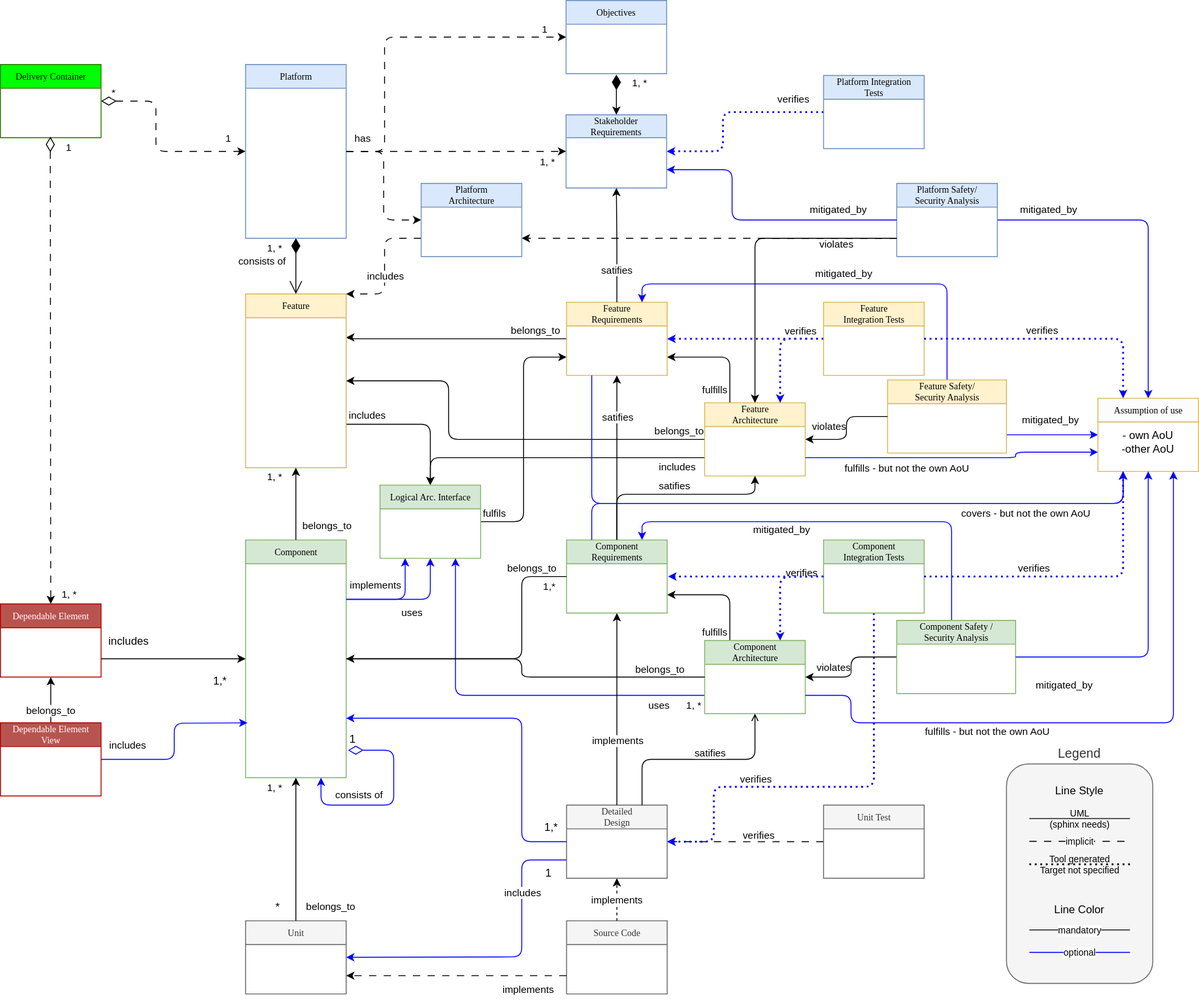
Above: main/_images/score_building_blocks_meta_model.drawio.svg in esrlabs/score_reference_integration (draw.io), before the change. Source tidied: cells renumbered, new cells last; positions are measured from the earlier drawing's top-left corner, leaving out a move shared by most shapes.
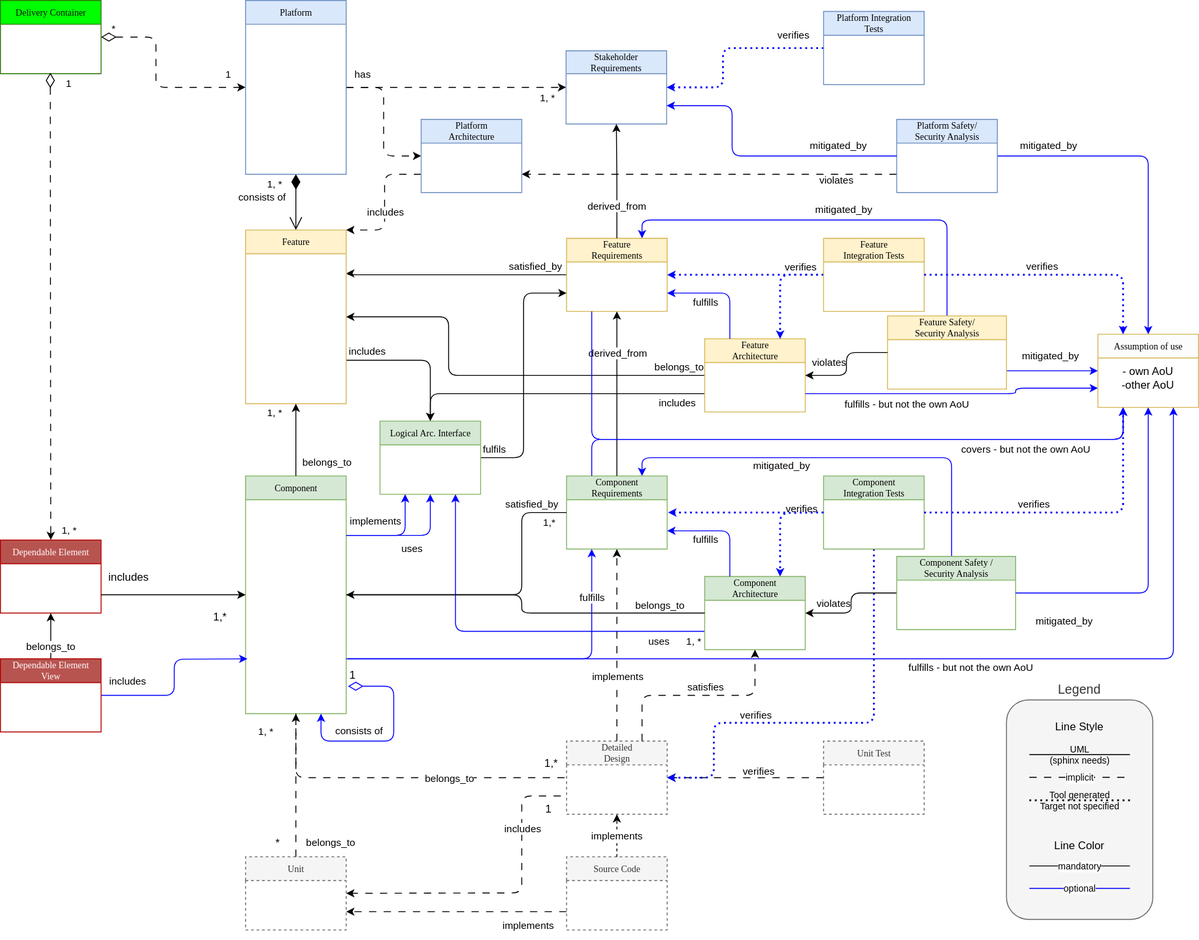
After the commit.

What changed in the source:
```diff
@@ -20,3 +20,3 @@
     </mxCell>
-    <mxCell id="5" value="belongs_to" style="edgeLabel;html=1;align=center;verticalAlign=middle;" parent="3" vertex="1">
+    <mxCell id="5" value="satisfied_by" style="edgeLabel;html=1;align=center;verticalAlign=middle;" parent="3" vertex="1">
       <mxGeometry x="0.82" y="3" relative="1" as="geometry">
@@ -45,10 +45,2 @@
     </mxCell>
-    <mxCell id="12" style="edgeStyle=orthogonalEdgeStyle;rounded=1;jettySize=auto;html=1;exitX=0.25;exitY=0;exitDx=0;exitDy=0;entryX=1;entryY=0.75;entryDx=0;entryDy=0;endArrow=classic;endFill=1;curved=0;" parent="1" edge="1" source="17" target="11">
-      <mxGeometry x="0.64" y="10" relative="1" as="geometry" />
-    </mxCell>
-    <mxCell id="13" value="fulfills" style="edgeLabel;html=1;align=center;verticalAlign=middle;" parent="12" vertex="1">
-      <mxGeometry x="0.11" y="1" relative="1" as="geometry">
-        <mxPoint x="-1" y="34" as="offset" />
-      </mxGeometry>
-    </mxCell>
     <mxCell id="14" value="includes" style="edgeStyle=orthogonalEdgeStyle;html=1;exitX=0;exitY=0.75;exitDx=0;exitDy=0;entryX=0.5;entryY=0;entryDx=0;entryDy=0;" parent="1" edge="1" source="17" target="109">
@@ -72,15 +64,2 @@
     </mxCell>
-    <mxCell id="18" style="edgeStyle=orthogonalEdgeStyle;rounded=1;jettySize=auto;html=1;entryX=0.5;entryY=1;entryDx=0;entryDy=0;endArrow=classic;endFill=1;exitX=0.5;exitY=0;exitDx=0;exitDy=0;curved=0;" parent="1" edge="1" source="20" target="17">
-      <mxGeometry relative="1" as="geometry">
-        <Array as="points">
-          <mxPoint x="674" y="540" />
-          <mxPoint x="825" y="540" />
-        </Array>
-      </mxGeometry>
-    </mxCell>
-    <mxCell id="19" value="satifies" style="edgeLabel;html=1;align=center;verticalAlign=middle;" parent="18" vertex="1">
-      <mxGeometry x="0.06" y="6" relative="1" as="geometry">
-        <mxPoint x="-5" y="-4" as="offset" />
-      </mxGeometry>
-    </mxCell>
     <mxCell id="20" value="Component&lt;br&gt;Requirements" style="swimlane;html=1;fontStyle=0;horizontal=1;startSize=26;fillColor=#d5e8d4;swimlaneFillColor=#ffffff;rounded=0;shadow=0;comic=0;labelBackgroundColor=none;strokeWidth=1;fontFamily=Verdana;fontSize=10;align=center;strokeColor=#82b366;" parent="1" vertex="1">
@@ -101,3 +80,3 @@
     </mxCell>
-    <mxCell id="23" value="belongs_to" style="edgeLabel;html=1;align=center;verticalAlign=middle;" parent="21" vertex="1">
+    <mxCell id="23" value="satisfied_by" style="edgeLabel;html=1;align=center;verticalAlign=middle;" parent="21" vertex="1">
       <mxGeometry x="0.82" y="-1" relative="1" as="geometry">
@@ -106,3 +85,3 @@
     </mxCell>
-    <mxCell id="24" style="edgeStyle=orthogonalEdgeStyle;rounded=1;jettySize=auto;html=1;entryX=0;entryY=0.75;entryDx=0;entryDy=0;curved=0;exitX=1;exitY=0.5;exitDx=0;exitDy=0;endArrow=none;endFill=0;startArrow=classic;startFill=1;strokeColor=#0000FF;" parent="1" edge="1" source="26" target="54">
+    <mxCell id="24" style="edgeStyle=orthogonalEdgeStyle;rounded=1;jettySize=auto;html=1;entryX=0;entryY=0.75;entryDx=0;entryDy=0;curved=0;exitX=1;exitY=0.5;exitDx=0;exitDy=0;endArrow=none;endFill=0;startArrow=classic;startFill=1;strokeColor=default;dashed=1;dashPattern=8 8;align=center;verticalAlign=middle;fontFamily=Helvetica;fontSize=11;fontColor=default;labelBackgroundColor=default;" parent="1" edge="1" source="26" target="54">
       <mxGeometry relative="1" as="geometry">
@@ -115,12 +94,12 @@
     </mxCell>
-    <mxCell id="25" value="includes" style="edgeLabel;html=1;align=center;verticalAlign=middle;" parent="24" vertex="1">
+    <mxCell id="25" value="includes" style="edgeLabel;html=1;align=center;verticalAlign=middle;rounded=0;dashed=1;dashPattern=8 8;strokeColor=default;fontFamily=Helvetica;fontSize=11;fontColor=default;labelBackgroundColor=default;" parent="24" vertex="1">
       <mxGeometry x="0.52" relative="1" as="geometry" />
     </mxCell>
-    <mxCell id="26" value="Unit" style="swimlane;html=1;fontStyle=0;horizontal=1;startSize=26;fillColor=#f5f5f5;swimlaneFillColor=#ffffff;rounded=0;shadow=0;comic=0;labelBackgroundColor=none;strokeWidth=1;fontFamily=Verdana;fontSize=10;align=center;fontColor=#333333;strokeColor=#666666;" parent="1" vertex="1">
+    <mxCell id="26" value="Unit" style="swimlane;html=1;fontStyle=0;horizontal=1;startSize=26;fillColor=#f5f5f5;swimlaneFillColor=#ffffff;rounded=0;shadow=0;comic=0;labelBackgroundColor=none;strokeWidth=1;fontFamily=Verdana;fontSize=10;align=center;fontColor=#333333;strokeColor=#666666;dashed=1;verticalAlign=middle;" parent="1" vertex="1">
       <mxGeometry x="268" y="1006.5" width="110" height="80" as="geometry" />
     </mxCell>
-    <mxCell id="27" value="1, *" style="endArrow=classic;html=1;endSize=6;startArrow=none;startSize=14;startFill=0;edgeStyle=orthogonalEdgeStyle;align=left;verticalAlign=bottom;rounded=0;entryX=0.5;entryY=1;entryDx=0;entryDy=0;exitX=0.5;exitY=0;exitDx=0;exitDy=0;endFill=1;" parent="1" edge="1" source="26" target="9">
+    <mxCell id="27" value="1, *" style="endArrow=classic;html=1;endSize=6;startArrow=none;startSize=14;startFill=0;edgeStyle=orthogonalEdgeStyle;align=center;verticalAlign=middle;rounded=0;entryX=0.5;entryY=1;entryDx=0;entryDy=0;exitX=0.5;exitY=0;exitDx=0;exitDy=0;endFill=1;dashed=1;dashPattern=8 8;strokeColor=default;fontFamily=Helvetica;fontSize=11;fontColor=default;labelBackgroundColor=default;" parent="1" edge="1" source="26" target="9">
       <mxGeometry x="0.74" y="33" relative="1" as="geometry" />
     </mxCell>
-    <mxCell id="28" value="belongs_to" style="edgeLabel;html=1;align=center;verticalAlign=middle;" parent="27" vertex="1">
+    <mxCell id="28" value="belongs_to" style="edgeLabel;html=1;align=center;verticalAlign=middle;rounded=0;dashed=1;dashPattern=8 8;strokeColor=default;fontFamily=Helvetica;fontSize=11;fontColor=default;labelBackgroundColor=default;" parent="27" vertex="1">
       <mxGeometry x="-0.54" y="2" relative="1" as="geometry">
@@ -129,3 +108,3 @@
     </mxCell>
-    <mxCell id="29" value="Source Code" style="swimlane;html=1;fontStyle=0;horizontal=1;startSize=26;fillColor=#f5f5f5;swimlaneFillColor=#ffffff;rounded=0;shadow=0;comic=0;labelBackgroundColor=none;strokeWidth=1;fontFamily=Verdana;fontSize=10;align=center;fontColor=#333333;strokeColor=#666666;" parent="1" vertex="1">
+    <mxCell id="29" value="Source Code" style="swimlane;html=1;fontStyle=0;horizontal=1;startSize=26;fillColor=#f5f5f5;swimlaneFillColor=#ffffff;rounded=0;shadow=0;comic=0;labelBackgroundColor=none;strokeWidth=1;fontFamily=Verdana;fontSize=10;align=center;fontColor=#333333;strokeColor=#666666;dashed=1;verticalAlign=middle;" parent="1" vertex="1">
       <mxGeometry x="619" y="1006.5" width="110" height="80" as="geometry" />
@@ -178,37 +157,2 @@
     </mxCell>
-    <mxCell id="42" value="Objectives" style="swimlane;html=1;fontStyle=0;horizontal=1;startSize=26;fillColor=#dae8fc;swimlaneFillColor=#ffffff;rounded=0;shadow=0;comic=0;labelBackgroundColor=none;strokeWidth=1;fontFamily=Verdana;fontSize=10;align=center;strokeColor=#6c8ebf;" parent="1" vertex="1">
-      <mxGeometry x="618.5" width="110" height="80" as="geometry" />
-    </mxCell>
-    <mxCell id="43" style="edgeStyle=orthogonalEdgeStyle;rounded=1;jettySize=auto;html=1;entryX=0;entryY=0.5;entryDx=0;entryDy=0;exitX=1;exitY=0.5;exitDx=0;exitDy=0;curved=0;dashed=1;dashPattern=8 8;" parent="1" edge="1" source="37" target="42">
-      <mxGeometry relative="1" as="geometry">
-        <Array as="points">
-          <mxPoint x="420" y="165" />
-          <mxPoint x="420" y="40" />
-        </Array>
-      </mxGeometry>
-    </mxCell>
-    <mxCell id="44" value="1" style="edgeLabel;html=1;align=center;verticalAlign=bottom;" parent="43" vertex="1">
-      <mxGeometry x="0.87" relative="1" as="geometry" />
-    </mxCell>
-    <mxCell id="45" value="1, *" style="endArrow=classic;html=1;endSize=6;startArrow=diamondThin;startSize=14;startFill=1;edgeStyle=orthogonalEdgeStyle;align=left;verticalAlign=bottom;rounded=0;entryX=0.5;entryY=0;entryDx=0;entryDy=0;endFill=1;" parent="1" edge="1" target="31">
-      <mxGeometry x="-0.2" y="16" relative="1" as="geometry">
-        <mxPoint x="673.5" y="81" as="sourcePoint" />
-        <Array as="points">
-          <mxPoint x="674" y="106" />
-          <mxPoint x="673" y="125" />
-        </Array>
-      </mxGeometry>
-    </mxCell>
-    <mxCell id="46" style="edgeStyle=orthogonalEdgeStyle;rounded=1;jettySize=auto;html=1;entryX=1;entryY=0.75;entryDx=0;entryDy=0;endArrow=classic;endFill=1;exitX=0.25;exitY=0;exitDx=0;exitDy=0;curved=0;strokeColor=#000000;" parent="1" edge="1" source="49" target="20">
-      <mxGeometry relative="1" as="geometry">
-        <Array as="points">
-          <mxPoint x="797" y="650" />
-        </Array>
-      </mxGeometry>
-    </mxCell>
-    <mxCell id="47" value="fulfills" style="edgeLabel;html=1;align=center;verticalAlign=middle;" parent="46" vertex="1">
-      <mxGeometry x="0.06" y="6" relative="1" as="geometry">
-        <mxPoint x="-4" y="34" as="offset" />
-      </mxGeometry>
-    </mxCell>
     <mxCell id="48" value="uses" style="edgeStyle=orthogonalEdgeStyle;html=1;exitX=0;exitY=0.75;exitDx=0;exitDy=0;entryX=0.75;entryY=1;entryDx=0;entryDy=0;strokeColor=#0000FF;verticalAlign=top;spacing=0;" parent="1" edge="1" source="49" target="109">
@@ -225,3 +169,3 @@
     </mxCell>
-    <mxCell id="51" value="satifies" style="edgeLabel;html=1;align=center;verticalAlign=middle;" parent="50" vertex="1">
+    <mxCell id="51" value="derived_from" style="edgeLabel;html=1;align=center;verticalAlign=middle;" parent="50" vertex="1">
       <mxGeometry x="0.06" y="6" relative="1" as="geometry">
@@ -243,10 +187,9 @@
     </mxCell>
-    <mxCell id="54" value="Detailed&lt;br&gt;Design" style="swimlane;html=1;fontStyle=0;horizontal=1;startSize=26;fillColor=#f5f5f5;swimlaneFillColor=#ffffff;rounded=0;shadow=0;comic=0;labelBackgroundColor=none;strokeWidth=1;fontFamily=Verdana;fontSize=10;align=center;fontColor=#333333;strokeColor=#666666;" parent="1" vertex="1">
+    <mxCell id="54" value="Detailed&lt;br&gt;Design" style="swimlane;html=1;fontStyle=0;horizontal=1;startSize=26;fillColor=#f5f5f5;swimlaneFillColor=#ffffff;rounded=0;shadow=0;comic=0;labelBackgroundColor=none;strokeWidth=1;fontFamily=Verdana;fontSize=10;align=center;fontColor=#333333;strokeColor=#666666;dashed=1;" parent="1" vertex="1">
       <mxGeometry x="619" y="880" width="110" height="80" as="geometry" />
     </mxCell>
-    <mxCell id="55" style="edgeStyle=orthogonalEdgeStyle;rounded=1;jettySize=auto;html=1;entryX=0;entryY=0.5;entryDx=0;entryDy=0;verticalAlign=bottom;curved=0;exitX=1;exitY=0.75;exitDx=0;exitDy=0;endArrow=none;endFill=0;startArrow=classic;startFill=1;strokeColor=#0000FF;" parent="1" edge="1" source="9" target="54">
+    <mxCell id="55" style="edgeStyle=orthogonalEdgeStyle;rounded=1;jettySize=auto;html=1;entryX=0;entryY=0.5;entryDx=0;entryDy=0;verticalAlign=middle;curved=0;exitX=0.5;exitY=1;exitDx=0;exitDy=0;endArrow=none;endFill=0;startArrow=none;startFill=0;strokeColor=default;dashed=1;dashPattern=8 8;align=center;fontFamily=Helvetica;fontSize=11;fontColor=default;labelBackgroundColor=default;" parent="1" edge="1" source="9" target="54">
       <mxGeometry x="-0.88" relative="1" as="geometry">
         <Array as="points">
-          <mxPoint x="570" y="785" />
-          <mxPoint x="570" y="920" />
+          <mxPoint x="323" y="920" />
         </Array>
@@ -254,11 +197,19 @@
     </mxCell>
+    <mxCell id="145" value="belongs_to" style="edgeLabel;html=1;align=center;verticalAlign=middle;rounded=0;dashed=1;dashPattern=8 8;strokeColor=default;fontFamily=Helvetica;fontSize=11;fontColor=default;labelBackgroundColor=default;" parent="55" vertex="1">
+      <mxGeometry x="0.3" relative="1" as="geometry" />
+    </mxCell>
-    <mxCell id="56" style="edgeStyle=orthogonalEdgeStyle;rounded=1;jettySize=auto;html=1;entryX=0.5;entryY=1;entryDx=0;entryDy=0;endArrow=open;endFill=0;exitX=0.75;exitY=0;exitDx=0;exitDy=0;curved=0;" parent="1" edge="1" source="54" target="49">
-      <mxGeometry relative="1" as="geometry" />
+    <mxCell id="56" style="edgeStyle=orthogonalEdgeStyle;rounded=1;jettySize=auto;html=1;entryX=0.5;entryY=1;entryDx=0;entryDy=0;endArrow=classic;endFill=1;exitX=0.75;exitY=0;exitDx=0;exitDy=0;curved=0;dashed=1;dashPattern=8 8;strokeColor=default;align=center;verticalAlign=middle;fontFamily=Helvetica;fontSize=11;fontColor=default;labelBackgroundColor=default;shadow=0;startArrow=none;startFill=0;" parent="1" edge="1" source="54" target="49">
+      <mxGeometry relative="1" as="geometry">
+        <Array as="points">
+          <mxPoint x="702" y="830" />
+          <mxPoint x="825" y="830" />
+        </Array>
+      </mxGeometry>
     </mxCell>
-    <mxCell id="57" value="satifies" style="edgeLabel;html=1;align=center;verticalAlign=middle;" parent="56" vertex="1">
+    <mxCell id="57" value="satisfies" style="edgeLabel;html=1;align=center;verticalAlign=middle;rounded=1;dashed=1;dashPattern=8 8;strokeColor=default;fontFamily=Helvetica;fontSize=11;fontColor=default;labelBackgroundColor=default;" parent="56" vertex="1">
       <mxGeometry x="0.06" y="6" relative="1" as="geometry">
-        <mxPoint x="6" y="-2" as="offset" />
+        <mxPoint x="1" y="-4" as="offset" />
       </mxGeometry>
     </mxCell>
-    <mxCell id="58" style="edgeStyle=orthogonalEdgeStyle;rounded=0;jettySize=auto;html=1;endArrow=classic;endFill=1;exitX=0.5;exitY=0;exitDx=0;exitDy=0;" parent="1" edge="1" source="54">
+    <mxCell id="58" style="edgeStyle=orthogonalEdgeStyle;rounded=0;jettySize=auto;html=1;endArrow=classic;endFill=1;exitX=0.5;exitY=0;exitDx=0;exitDy=0;dashed=1;dashPattern=8 8;strokeColor=default;align=center;verticalAlign=middle;fontFamily=Helvetica;fontSize=11;fontColor=default;labelBackgroundColor=default;" parent="1" edge="1" source="54">
       <mxGeometry relative="1" as="geometry">
@@ -267,3 +218,3 @@
     </mxCell>
-    <mxCell id="59" value="implements" style="edgeLabel;html=1;align=center;verticalAlign=middle;" parent="58" vertex="1">
+    <mxCell id="59" value="implements" style="edgeLabel;html=1;align=center;verticalAlign=middle;rounded=0;dashed=1;dashPattern=8 8;strokeColor=default;fontFamily=Helvetica;fontSize=11;fontColor=default;labelBackgroundColor=default;" parent="58" vertex="1">
       <mxGeometry x="0.06" y="6" relative="1" as="geometry">
@@ -435,3 +386,3 @@
     </mxCell>
-    <mxCell id="94" value="Unit Test" style="swimlane;html=1;fontStyle=0;horizontal=1;startSize=26;fillColor=#f5f5f5;swimlaneFillColor=#ffffff;rounded=0;shadow=0;comic=0;labelBackgroundColor=none;strokeWidth=1;fontFamily=Verdana;fontSize=10;align=center;fontColor=#333333;strokeColor=#666666;" parent="1" vertex="1">
+    <mxCell id="94" value="Unit Test" style="swimlane;html=1;fontStyle=0;horizontal=1;startSize=26;fillColor=#f5f5f5;swimlaneFillColor=#ffffff;rounded=0;shadow=0;comic=0;labelBackgroundColor=none;strokeWidth=1;fontFamily=Verdana;fontSize=10;align=center;fontColor=#333333;strokeColor=#666666;dashed=1;" parent="1" vertex="1">
       <mxGeometry x="900" y="880" width="110" height="80" as="geometry" />
@@ -493,9 +444,2 @@
     </mxCell>
-    <mxCell id="106" style="edgeStyle=orthogonalEdgeStyle;rounded=1;jettySize=auto;html=1;entryX=0.5;entryY=0;entryDx=0;entryDy=0;exitX=0;exitY=0.75;exitDx=0;exitDy=0;curved=0;" parent="1" edge="1" source="103" target="17">
-      <mxGeometry relative="1" as="geometry">
-        <Array as="points">
-          <mxPoint x="825" y="260" />
-        </Array>
-      </mxGeometry>
-    </mxCell>
     <mxCell id="107" value="violates" style="edgeLabel;html=1;align=center;verticalAlign=middle;labelBackgroundColor=none;" parent="1" vertex="1">
@@ -605,8 +549,8 @@
     </mxCell>
-    <mxCell id="128" style="edgeStyle=orthogonalEdgeStyle;rounded=1;jettySize=auto;html=1;exitX=0.75;exitY=1;exitDx=0;exitDy=0;strokeColor=#0000ff;startArrow=classic;startFill=1;endArrow=none;endFill=0;entryX=1;entryY=0.75;entryDx=0;entryDy=0;" parent="1" edge="1" source="71" target="49">
+    <mxCell id="128" style="edgeStyle=orthogonalEdgeStyle;rounded=1;jettySize=auto;html=1;exitX=0.75;exitY=1;exitDx=0;exitDy=0;strokeColor=#0000ff;startArrow=classic;startFill=1;endArrow=none;endFill=0;" parent="1" edge="1" source="71">
       <mxGeometry relative="1" as="geometry">
+        <mxPoint x="378" y="790" as="targetPoint" />
         <Array as="points">
           <mxPoint x="1283" y="790" />
-          <mxPoint x="930" y="790" />
-          <mxPoint x="930" y="760" />
+          <mxPoint x="378" y="790" />
         </Array>
@@ -616,3 +560,3 @@
       <mxGeometry x="0.35" y="-2" relative="1" as="geometry">
-        <mxPoint y="11" as="offset" />
+        <mxPoint x="302" y="11" as="offset" />
       </mxGeometry>
@@ -674,3 +618,3 @@
     </mxCell>
-    <mxCell id="142" value="satifies" style="edgeLabel;html=1;align=center;verticalAlign=middle;" parent="141" vertex="1">
+    <mxCell id="142" value="derived_from" style="edgeLabel;html=1;align=center;verticalAlign=middle;" parent="141" vertex="1">
       <mxGeometry x="0.11" y="1" relative="1" as="geometry">
@@ -687,2 +631,27 @@
     </mxCell>
+    <mxCell id="146" style="edgeStyle=orthogonalEdgeStyle;rounded=1;jettySize=auto;html=1;exitX=0.25;exitY=1;exitDx=0;exitDy=0;strokeColor=#0000ff;startArrow=classic;startFill=1;endArrow=none;endFill=0;" parent="1" edge="1" source="20">
+      <mxGeometry relative="1" as="geometry">
+        <mxPoint x="380" y="790" as="targetPoint" />
+        <Array as="points">
+          <mxPoint x="647" y="790" />
+        </Array>
+      </mxGeometry>
+    </mxCell>
+    <mxCell id="147" value="fulfills" style="edgeLabel;html=1;align=center;verticalAlign=middle;" parent="146" vertex="1">
+      <mxGeometry x="-0.73" relative="1" as="geometry" />
+    </mxCell>
+    <mxCell id="12" value="fulfills" style="edgeStyle=orthogonalEdgeStyle;html=1;exitX=0.25;exitY=0;exitDx=0;exitDy=0;entryX=1;entryY=0.75;entryDx=0;entryDy=0;labelBackgroundColor=none;strokeColor=#0000FF;" parent="1" edge="1" source="17" target="11">
+      <mxGeometry x="0.31" y="10" relative="1" as="geometry">
+        <Array as="points">
+          <mxPoint x="798" y="390" />
+        </Array>
+      </mxGeometry>
+    </mxCell>
+    <mxCell id="46" value="fulfills" style="edgeStyle=orthogonalEdgeStyle;html=1;exitX=0.25;exitY=0;exitDx=0;exitDy=0;labelBackgroundColor=none;strokeColor=#0000FF;entryX=1;entryY=0.75;entryDx=0;entryDy=0;" parent="1" edge="1" source="49" target="20">
+      <mxGeometry x="0.31" y="10" relative="1" as="geometry">
+        <Array as="points">
+          <mxPoint x="798" y="650" />
+        </Array>
+      </mxGeometry>
+    </mxCell>
   </root>
```
